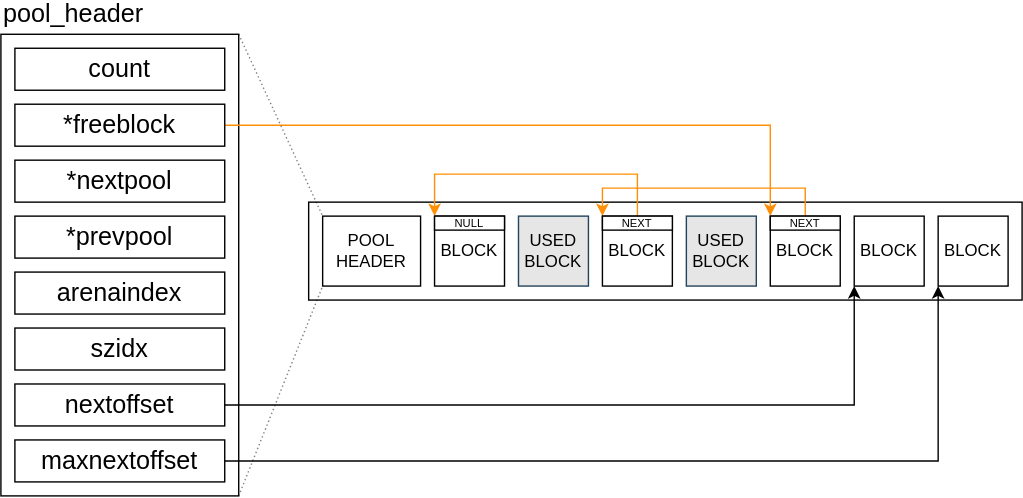
The draw.io diagram source/_posts/cpython-memory-management/graph-pool_mid_state.svg in huangsunyang/huangsunyang.github.io, before a commit. Source tidied: cells renumbered, new cells last; positions are measured from the earlier drawing's top-left corner, leaving out a move shared by most shapes.
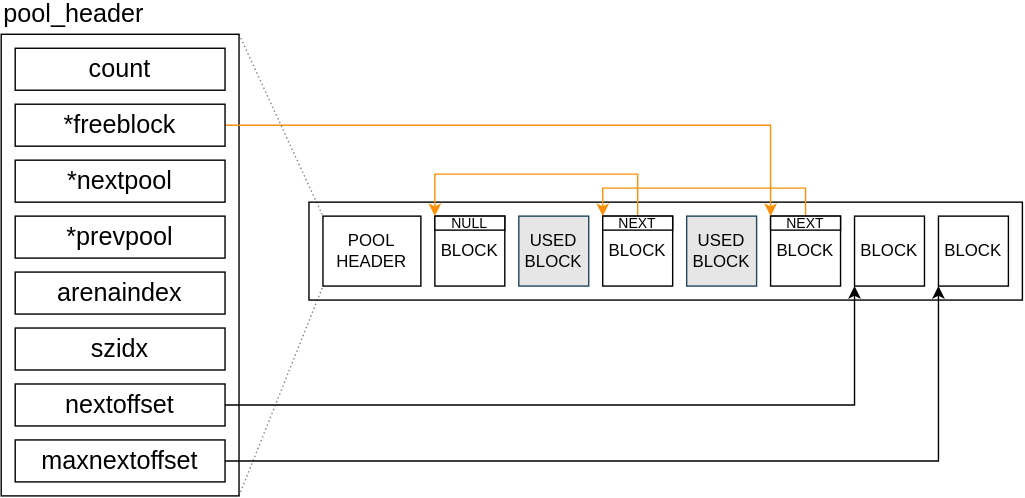
The same diagram one commit later.

What changed in the source:
```diff
@@ -14,7 +14,7 @@
     <mxCell id="5" value="USED&lt;br&gt;BLOCK" style="whiteSpace=wrap;html=1;fontSize=12;fontStyle=0;fillColor=#E6E6E6;strokeColor=#23445d;" parent="1" vertex="1">
       <mxGeometry x="370" y="130" width="50" height="50" as="geometry" />
     </mxCell>
-    <mxCell id="6" style="edgeStyle=orthogonalEdgeStyle;rounded=0;jettySize=auto;html=1;entryX=0;entryY=0;entryDx=0;entryDy=0;fontSize=15;fillColor=#fad7ac;strokeColor=#FF8F06;" parent="1" edge="1" source="7" target="25">
+    <mxCell id="6" style="edgeStyle=orthogonalEdgeStyle;rounded=0;jettySize=auto;html=1;entryX=0;entryY=0;entryDx=0;entryDy=0;fontSize=15;fillColor=#fad7ac;strokeColor=#FF8F06;strokeWidth=1;" parent="1" edge="1" source="7" target="25">
       <mxGeometry relative="1" as="geometry">
         <Array as="points">
           <mxPoint x="575" y="110" />
@@ -37,7 +37,7 @@
     <mxCell id="11" value="count" style="rounded=0;whiteSpace=wrap;html=1;fontSize=18;fontStyle=0;" parent="1" vertex="1">
       <mxGeometry x="10" y="10" width="150" height="30" as="geometry" />
     </mxCell>
-    <mxCell id="12" style="edgeStyle=orthogonalEdgeStyle;rounded=0;jettySize=auto;html=1;entryX=0;entryY=0;entryDx=0;entryDy=0;fontSize=15;fillColor=#fad7ac;strokeColor=#FF8F06;" parent="1" edge="1" source="13" target="7">
+    <mxCell id="12" style="edgeStyle=orthogonalEdgeStyle;rounded=0;jettySize=auto;html=1;entryX=0;entryY=0;entryDx=0;entryDy=0;fontSize=15;fillColor=#fad7ac;strokeColor=#FF8F06;strokeWidth=1;" parent="1" edge="1" source="13" target="7">
       <mxGeometry relative="1" as="geometry" />
     </mxCell>
     <mxCell id="13" value="*freeblock" style="rounded=0;whiteSpace=wrap;html=1;fontSize=18;fontStyle=0;" parent="1" vertex="1">
@@ -52,7 +52,7 @@
     <mxCell id="16" value="arenaindex" style="rounded=0;whiteSpace=wrap;html=1;fontSize=18;fontStyle=0;" parent="1" vertex="1">
       <mxGeometry x="10" y="170" width="150" height="30" as="geometry" />
     </mxCell>
-    <mxCell id="17" style="edgeStyle=orthogonalEdgeStyle;rounded=0;jettySize=auto;html=1;entryX=0;entryY=1;entryDx=0;entryDy=0;fontSize=15;" parent="1" edge="1" source="18" target="8">
+    <mxCell id="17" style="edgeStyle=orthogonalEdgeStyle;rounded=0;jettySize=auto;html=1;entryX=0;entryY=1;entryDx=0;entryDy=0;fontSize=15;strokeWidth=1;" parent="1" edge="1" source="18" target="8">
       <mxGeometry relative="1" as="geometry" />
     </mxCell>
     <mxCell id="18" value="nextoffset" style="rounded=0;whiteSpace=wrap;html=1;fontSize=18;fontStyle=0;" parent="1" vertex="1">
@@ -61,7 +61,7 @@
     <mxCell id="19" value="szidx" style="rounded=0;whiteSpace=wrap;html=1;fontSize=18;fontStyle=0;" parent="1" vertex="1">
       <mxGeometry x="10" y="210" width="150" height="30" as="geometry" />
     </mxCell>
-    <mxCell id="20" style="edgeStyle=orthogonalEdgeStyle;rounded=0;comic=0;jettySize=auto;html=1;entryX=0;entryY=1;entryDx=0;entryDy=0;shadow=0;fontSize=12;" parent="1" edge="1" source="21" target="9">
+    <mxCell id="20" style="edgeStyle=orthogonalEdgeStyle;rounded=0;comic=0;jettySize=auto;html=1;entryX=0;entryY=1;entryDx=0;entryDy=0;shadow=0;fontSize=12;strokeWidth=1;" parent="1" edge="1" source="21" target="9">
       <mxGeometry relative="1" as="geometry" />
     </mxCell>
     <mxCell id="21" value="maxnextoffset" style="rounded=0;whiteSpace=wrap;html=1;fontSize=18;fontStyle=0;" parent="1" vertex="1">
@@ -73,7 +73,7 @@
     <mxCell id="23" style="endArrow=none;html=1;shadow=0;dashed=1;dashPattern=1 2;fontSize=12;opacity=50;entryX=0;entryY=1;entryDx=0;entryDy=0;exitX=1;exitY=1;exitDx=0;exitDy=0;" parent="1" edge="1" source="10" target="3">
       <mxGeometry relative="1" as="geometry" />
     </mxCell>
-    <mxCell id="24" style="edgeStyle=orthogonalEdgeStyle;rounded=0;jettySize=auto;html=1;entryX=0;entryY=0;entryDx=0;entryDy=0;fontSize=15;fillColor=#fad7ac;strokeColor=#FF8F06;" parent="1" edge="1" source="25" target="4">
+    <mxCell id="24" style="edgeStyle=orthogonalEdgeStyle;rounded=0;jettySize=auto;html=1;entryX=0;entryY=0;entryDx=0;entryDy=0;fontSize=15;fillColor=#fad7ac;strokeColor=#FF8F06;strokeWidth=1;" parent="1" edge="1" source="25" target="4">
       <mxGeometry relative="1" as="geometry">
         <Array as="points">
           <mxPoint x="455" y="100" />
@@ -87,13 +87,13 @@
     <mxCell id="26" value="USED&lt;br&gt;BLOCK" style="whiteSpace=wrap;html=1;fontSize=12;fontStyle=0;fillColor=#E6E6E6;strokeColor=#23445d;" parent="1" vertex="1">
       <mxGeometry x="490" y="130" width="50" height="50" as="geometry" />
     </mxCell>
-    <mxCell id="27" value="NEXT" style="rounded=0;whiteSpace=wrap;html=1;fontSize=8;align=center;" parent="1" vertex="1">
+    <mxCell id="27" value="NEXT" style="rounded=0;whiteSpace=wrap;html=1;fontSize=10;align=center;" parent="1" vertex="1">
       <mxGeometry x="550" y="130" width="50" height="10" as="geometry" />
     </mxCell>
-    <mxCell id="28" value="NEXT" style="rounded=0;whiteSpace=wrap;html=1;fontSize=8;align=center;" parent="1" vertex="1">
+    <mxCell id="28" value="NEXT" style="rounded=0;whiteSpace=wrap;html=1;fontSize=10;align=center;" parent="1" vertex="1">
       <mxGeometry x="430" y="130" width="50" height="10" as="geometry" />
     </mxCell>
-    <mxCell id="29" value="NULL" style="rounded=0;whiteSpace=wrap;html=1;fontSize=8;align=center;" parent="1" vertex="1">
+    <mxCell id="29" value="NULL" style="rounded=0;whiteSpace=wrap;html=1;fontSize=10;align=center;" parent="1" vertex="1">
       <mxGeometry x="310" y="130" width="50" height="10" as="geometry" />
     </mxCell>
   </root>
```
